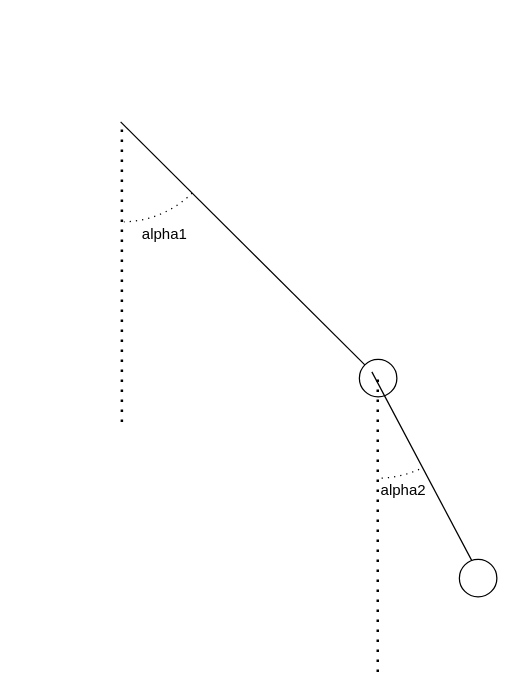
Earlier version of the draw.io diagram pendulum.drawio (Inky19/double-pendulum). Source tidied: cells renumbered, new cells numbered last; positions are measured from the earlier drawing's top-left corner, leaving out a move shared by most shapes. Both pictures are drawn from the tidied source at 125%, with x=0, y=0 at pixel (21, 21).
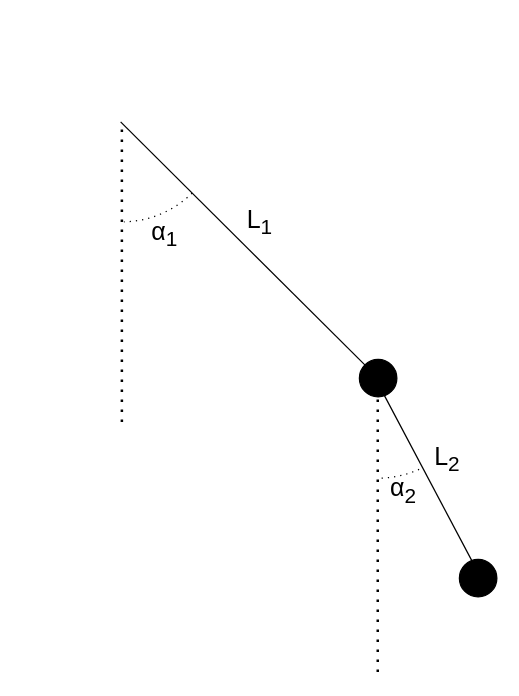
The same page after the edit.

Commit message (it also covers changes not shown here):
Fixed color of diagram for dark mode

Change to the diagram source:
```diff
@@
 <mxGraphModel>
   <root>
     <mxCell id="0" />
     <mxCell id="1" parent="0" />
     <mxCell id="2" style="endArrow=none;html=1;" parent="1" edge="1">
       <mxGeometry relative="1" as="geometry">
         <mxPoint x="280" y="280" as="sourcePoint" />
         <mxPoint x="79" y="80" as="targetPoint" />
       </mxGeometry>
     </mxCell>
-    <mxCell id="3" style="ellipse;whiteSpace=wrap;html=1;fillColor=#FFFFFF;" parent="1" vertex="1">
+    <mxCell id="3" style="ellipse;whiteSpace=wrap;html=1;fillColor=#000000;" parent="1" vertex="1">
       <mxGeometry x="270" y="270" width="30" height="30" as="geometry" />
     </mxCell>
     <mxCell id="4" style="endArrow=none;dashed=1;html=1;dashPattern=1 3;strokeWidth=2;" parent="1" edge="1">
       <mxGeometry relative="1" as="geometry">
         <mxPoint x="80" y="320" as="sourcePoint" />
         <mxPoint x="80" y="80" as="targetPoint" />
       </mxGeometry>
     </mxCell>
     <mxCell id="5" style="verticalLabelPosition=bottom;verticalAlign=top;html=1;shape=mxgraph.basic.arc;startAngle=0.37614497983722867;endAngle=0.49675239075581273;fillColor=#FFFFFF;dashed=1;dashPattern=1 4;" parent="1" vertex="1">
       <mxGeometry width="160" height="160" as="geometry" />
     </mxCell>
-    <mxCell id="6" value="alpha1" style="text;html=1;align=center;verticalAlign=middle;strokeColor=none;fillColor=none;" parent="1" vertex="1">
-      <mxGeometry x="89" y="160" width="50" height="20" as="geometry" />
+    <mxCell id="6" value="&lt;font style=&quot;font-size: 20px&quot;&gt;α&lt;sub&gt;1&lt;/sub&gt;&lt;/font&gt;" style="text;html=1;align=center;verticalAlign=middle;strokeColor=none;fillColor=none;" parent="1" vertex="1">
+      <mxGeometry x="94" y="155" width="40" height="30" as="geometry" />
     </mxCell>
     <mxCell id="7" style="endArrow=none;dashed=1;html=1;dashPattern=1 3;strokeWidth=2;" parent="1" edge="1">
       <mxGeometry relative="1" as="geometry">
         <mxPoint x="284.7" y="520" as="sourcePoint" />
         <mxPoint x="284.7" y="280" as="targetPoint" />
       </mxGeometry>
     </mxCell>
     <mxCell id="8" style="endArrow=none;html=1;" parent="1" edge="1">
       <mxGeometry relative="1" as="geometry">
         <mxPoint x="370" y="450" as="sourcePoint" />
         <mxPoint x="280" y="280" as="targetPoint" />
       </mxGeometry>
     </mxCell>
     <mxCell id="9" style="verticalLabelPosition=bottom;verticalAlign=top;html=1;shape=mxgraph.basic.arc;startAngle=0.43277507891344863;endAngle=0.49675239075581273;fillColor=#FFFFFF;dashed=1;dashPattern=1 4;" parent="1" vertex="1">
       <mxGeometry x="205" y="205" width="160" height="160" as="geometry" />
     </mxCell>
-    <mxCell id="10" style="ellipse;whiteSpace=wrap;html=1;fillColor=#FFFFFF;" parent="1" vertex="1">
+    <mxCell id="10" style="ellipse;whiteSpace=wrap;html=1;fillColor=#000000;" parent="1" vertex="1">
       <mxGeometry x="350" y="430" width="30" height="30" as="geometry" />
     </mxCell>
-    <mxCell id="11" value="alpha2" style="text;html=1;align=center;verticalAlign=middle;strokeColor=none;fillColor=none;" parent="1" vertex="1">
-      <mxGeometry x="280" y="365" width="50" height="20" as="geometry" />
+    <mxCell id="11" value="&lt;font style=&quot;font-size: 20px&quot;&gt;α&lt;sub&gt;2&lt;/sub&gt;&lt;/font&gt;" style="text;html=1;align=center;verticalAlign=middle;strokeColor=none;fillColor=none;" parent="1" vertex="1">
+      <mxGeometry x="285" y="360" width="40" height="30" as="geometry" />
     </mxCell>
+    <mxCell id="12" value="L&lt;sub&gt;1&lt;/sub&gt;" style="text;html=1;align=center;verticalAlign=middle;strokeColor=none;fillColor=none;fontSize=20;" parent="1" vertex="1">
+      <mxGeometry x="170" y="140" width="40" height="40" as="geometry" />
+    </mxCell>
+    <mxCell id="13" value="L&lt;sub&gt;2&lt;/sub&gt;" style="text;html=1;align=center;verticalAlign=middle;strokeColor=none;fillColor=none;fontSize=20;" parent="1" vertex="1">
+      <mxGeometry x="320" y="330" width="40" height="40" as="geometry" />
+    </mxCell>
   </root>
 </mxGraphModel>
```
